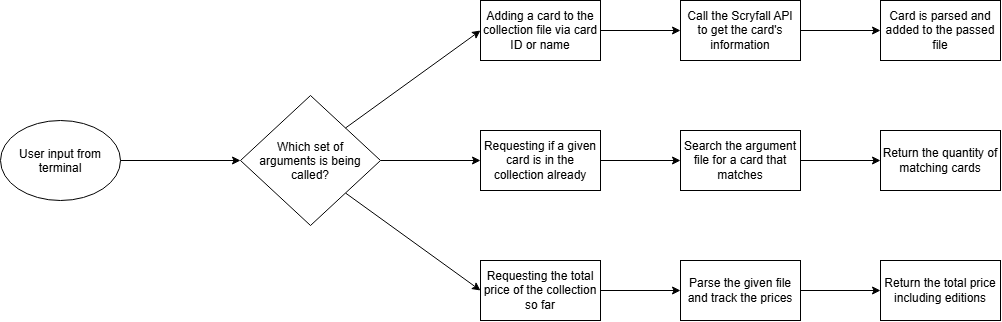
Before: Diagram.png, a diagram exported from draw.io (cdyvig/MTGCardFetcher). Source tidied: cells renumbered, new cells last; positions are measured from the earlier drawing's top-left corner, leaving out a move shared by most shapes.
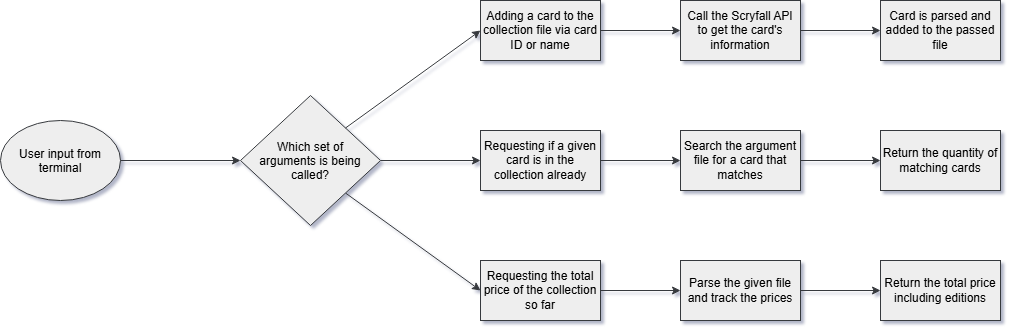
Above is the later version.

Commit message:
Update diagram to be more visible

Change to the diagram source:
```diff
@@ -1,70 +1,70 @@
-<mxGraphModel>
+<mxGraphModel shadow="1">
   <root>
     <mxCell id="0" />
     <mxCell id="1" parent="0" />
-    <mxCell id="2" style="rounded=0;jettySize=auto;html=1;defaultLabelBackgroundColor=page;" parent="1" edge="1" source="3" target="15">
+    <mxCell id="2" style="rounded=0;jettySize=auto;html=1;defaultLabelBackgroundColor=page;fontColor=default;fillColor=#eeeeee;strokeColor=#36393d;" parent="1" edge="1" source="3" target="15">
       <mxGeometry relative="1" as="geometry" />
     </mxCell>
-    <mxCell id="3" value="Adding a card to the collection file via card ID or name" style="rounded=0;whiteSpace=wrap;html=1;" parent="1" vertex="1">
+    <mxCell id="3" value="Adding a card to the collection file via card ID or name" style="rounded=0;whiteSpace=wrap;html=1;labelBackgroundColor=none;fillColor=#eeeeee;strokeColor=#36393d;" parent="1" vertex="1">
       <mxGeometry x="480" width="120" height="60" as="geometry" />
     </mxCell>
-    <mxCell id="4" style="edgeStyle=orthogonalEdgeStyle;rounded=0;jettySize=auto;html=1;defaultLabelBackgroundColor=page;" parent="1" edge="1" source="5" target="21">
+    <mxCell id="4" style="edgeStyle=orthogonalEdgeStyle;rounded=0;jettySize=auto;html=1;defaultLabelBackgroundColor=page;fontColor=default;fillColor=#eeeeee;strokeColor=#36393d;" parent="1" edge="1" source="5" target="21">
       <mxGeometry relative="1" as="geometry" />
     </mxCell>
-    <mxCell id="5" value="Requesting the total price of the collection so far" style="rounded=0;whiteSpace=wrap;html=1;" parent="1" vertex="1">
+    <mxCell id="5" value="Requesting the total price of the collection so far" style="rounded=0;whiteSpace=wrap;html=1;labelBackgroundColor=none;fillColor=#eeeeee;strokeColor=#36393d;" parent="1" vertex="1">
       <mxGeometry x="480" y="260" width="120" height="60" as="geometry" />
     </mxCell>
-    <mxCell id="6" value="User input from terminal" style="ellipse;whiteSpace=wrap;html=1;shapeInside=1;" parent="1" vertex="1">
+    <mxCell id="6" value="User input from terminal" style="ellipse;whiteSpace=wrap;html=1;shapeInside=1;labelBackgroundColor=none;fillColor=#eeeeee;strokeColor=#36393d;" parent="1" vertex="1">
       <mxGeometry y="120" width="120" height="80" as="geometry" />
     </mxCell>
-    <mxCell id="7" style="endArrow=classic;html=1;rounded=0;defaultLabelBackgroundColor=page;exitX=1;exitY=0.5;exitDx=0;exitDy=0;entryX=0;entryY=0.5;entryDx=0;entryDy=0;" parent="1" edge="1" source="6">
+    <mxCell id="7" style="endArrow=classic;html=1;rounded=0;defaultLabelBackgroundColor=page;exitX=1;exitY=0.5;exitDx=0;exitDy=0;entryX=0;entryY=0.5;entryDx=0;entryDy=0;fontColor=default;fillColor=#eeeeee;strokeColor=#36393d;" parent="1" edge="1" source="6">
       <mxGeometry relative="1" as="geometry">
         <mxPoint x="240" y="160" as="targetPoint" />
       </mxGeometry>
     </mxCell>
-    <mxCell id="8" style="rounded=0;jettySize=auto;html=1;exitX=1;exitY=1;exitDx=0;exitDy=0;defaultLabelBackgroundColor=page;entryX=0;entryY=0.5;entryDx=0;entryDy=0;" parent="1" edge="1" source="10" target="5">
+    <mxCell id="8" style="rounded=0;jettySize=auto;html=1;exitX=1;exitY=1;exitDx=0;exitDy=0;defaultLabelBackgroundColor=page;entryX=0;entryY=0.5;entryDx=0;entryDy=0;fontColor=default;fillColor=#eeeeee;strokeColor=#36393d;" parent="1" edge="1" source="10" target="5">
       <mxGeometry x="-0.18" relative="1" as="geometry" />
     </mxCell>
-    <mxCell id="9" style="edgeStyle=orthogonalEdgeStyle;rounded=0;jettySize=auto;html=1;defaultLabelBackgroundColor=page;entryX=0;entryY=0.5;entryDx=0;entryDy=0;" parent="1" edge="1" source="10" target="13">
+    <mxCell id="9" style="edgeStyle=orthogonalEdgeStyle;rounded=0;jettySize=auto;html=1;defaultLabelBackgroundColor=page;entryX=0;entryY=0.5;entryDx=0;entryDy=0;fontColor=default;fillColor=#eeeeee;strokeColor=#36393d;" parent="1" edge="1" source="10" target="13">
       <mxGeometry relative="1" as="geometry" />
     </mxCell>
-    <mxCell id="10" value="Which set of arguments is being called?" style="rhombus;whiteSpace=wrap;html=1;shapeInside=1;" parent="1" vertex="1">
+    <mxCell id="10" value="Which set of arguments is being called?" style="rhombus;whiteSpace=wrap;html=1;shapeInside=1;labelBackgroundColor=none;fillColor=#eeeeee;strokeColor=#36393d;" parent="1" vertex="1">
       <mxGeometry x="240" y="95" width="140" height="130" as="geometry" />
     </mxCell>
-    <mxCell id="11" style="endArrow=classic;html=1;rounded=0;defaultLabelBackgroundColor=page;exitX=1;exitY=0;exitDx=0;exitDy=0;entryX=0;entryY=0.5;entryDx=0;entryDy=0;" parent="1" edge="1" source="10" target="3">
+    <mxCell id="11" style="endArrow=classic;html=1;rounded=0;defaultLabelBackgroundColor=page;exitX=1;exitY=0;exitDx=0;exitDy=0;entryX=0;entryY=0.5;entryDx=0;entryDy=0;fontColor=default;fillColor=#eeeeee;strokeColor=#36393d;" parent="1" edge="1" source="10" target="3">
       <mxGeometry relative="1" as="geometry" />
     </mxCell>
-    <mxCell id="12" style="edgeStyle=orthogonalEdgeStyle;rounded=0;jettySize=auto;html=1;defaultLabelBackgroundColor=page;" parent="1" edge="1" source="13" target="18">
+    <mxCell id="12" style="edgeStyle=orthogonalEdgeStyle;rounded=0;jettySize=auto;html=1;defaultLabelBackgroundColor=page;fontColor=default;fillColor=#eeeeee;strokeColor=#36393d;" parent="1" edge="1" source="13" target="18">
       <mxGeometry relative="1" as="geometry" />
     </mxCell>
-    <mxCell id="13" value="Requesting if a given card is in the collection already" style="rounded=0;whiteSpace=wrap;html=1;" parent="1" vertex="1">
+    <mxCell id="13" value="Requesting if a given card is in the collection already" style="rounded=0;whiteSpace=wrap;html=1;labelBackgroundColor=none;fillColor=#eeeeee;strokeColor=#36393d;" parent="1" vertex="1">
       <mxGeometry x="480" y="130" width="120" height="60" as="geometry" />
     </mxCell>
-    <mxCell id="14" style="edgeStyle=orthogonalEdgeStyle;rounded=0;jettySize=auto;html=1;defaultLabelBackgroundColor=page;" parent="1" edge="1" source="15" target="16">
+    <mxCell id="14" style="edgeStyle=orthogonalEdgeStyle;rounded=0;jettySize=auto;html=1;defaultLabelBackgroundColor=page;fontColor=default;fillColor=#eeeeee;strokeColor=#36393d;" parent="1" edge="1" source="15" target="16">
       <mxGeometry relative="1" as="geometry" />
     </mxCell>
-    <mxCell id="15" value="Call the Scryfall API to get the card's information" style="whiteSpace=wrap;html=1;rounded=0;" parent="1" vertex="1">
+    <mxCell id="15" value="Call the Scryfall API to get the card's information" style="whiteSpace=wrap;html=1;rounded=0;labelBackgroundColor=none;fillColor=#eeeeee;strokeColor=#36393d;" parent="1" vertex="1">
       <mxGeometry x="680" width="120" height="60" as="geometry" />
     </mxCell>
-    <mxCell id="16" value="Card is parsed and added to the passed file" style="whiteSpace=wrap;html=1;rounded=0;" parent="1" vertex="1">
+    <mxCell id="16" value="Card is parsed and added to the passed file" style="whiteSpace=wrap;html=1;rounded=0;labelBackgroundColor=none;fillColor=#eeeeee;strokeColor=#36393d;" parent="1" vertex="1">
       <mxGeometry x="880" width="120" height="60" as="geometry" />
     </mxCell>
-    <mxCell id="17" style="edgeStyle=orthogonalEdgeStyle;rounded=0;jettySize=auto;html=1;defaultLabelBackgroundColor=page;" parent="1" edge="1" source="18" target="19">
+    <mxCell id="17" style="edgeStyle=orthogonalEdgeStyle;rounded=0;jettySize=auto;html=1;defaultLabelBackgroundColor=page;fontColor=default;fillColor=#eeeeee;strokeColor=#36393d;" parent="1" edge="1" source="18" target="19">
       <mxGeometry relative="1" as="geometry" />
     </mxCell>
-    <mxCell id="18" value="Search the argument file for a card that matches" style="whiteSpace=wrap;html=1;rounded=0;" parent="1" vertex="1">
+    <mxCell id="18" value="Search the argument file for a card that matches" style="whiteSpace=wrap;html=1;rounded=0;labelBackgroundColor=none;fillColor=#eeeeee;strokeColor=#36393d;" parent="1" vertex="1">
       <mxGeometry x="680" y="130" width="120" height="60" as="geometry" />
     </mxCell>
-    <mxCell id="19" value="Return the quantity of matching cards" style="whiteSpace=wrap;html=1;rounded=0;" parent="1" vertex="1">
+    <mxCell id="19" value="Return the quantity of matching cards" style="whiteSpace=wrap;html=1;rounded=0;labelBackgroundColor=none;fillColor=#eeeeee;strokeColor=#36393d;" parent="1" vertex="1">
       <mxGeometry x="880" y="130" width="120" height="60" as="geometry" />
     </mxCell>
-    <mxCell id="20" style="edgeStyle=orthogonalEdgeStyle;rounded=0;jettySize=auto;html=1;defaultLabelBackgroundColor=page;" parent="1" edge="1" source="21" target="22">
+    <mxCell id="20" style="edgeStyle=orthogonalEdgeStyle;rounded=0;jettySize=auto;html=1;defaultLabelBackgroundColor=page;fontColor=default;fillColor=#eeeeee;strokeColor=#36393d;" parent="1" edge="1" source="21" target="22">
       <mxGeometry relative="1" as="geometry" />
     </mxCell>
-    <mxCell id="21" value="Parse the given file and track the prices" style="whiteSpace=wrap;html=1;rounded=0;" parent="1" vertex="1">
+    <mxCell id="21" value="Parse the given file and track the prices" style="whiteSpace=wrap;html=1;rounded=0;labelBackgroundColor=none;fillColor=#eeeeee;strokeColor=#36393d;" parent="1" vertex="1">
       <mxGeometry x="680" y="260" width="120" height="60" as="geometry" />
     </mxCell>
-    <mxCell id="22" value="Return the total price including editions" style="whiteSpace=wrap;html=1;rounded=0;" parent="1" vertex="1">
+    <mxCell id="22" value="Return the total price including editions" style="whiteSpace=wrap;html=1;rounded=0;labelBackgroundColor=none;fillColor=#eeeeee;strokeColor=#36393d;" parent="1" vertex="1">
       <mxGeometry x="880" y="260" width="120" height="60" as="geometry" />
     </mxCell>
   </root>
```
